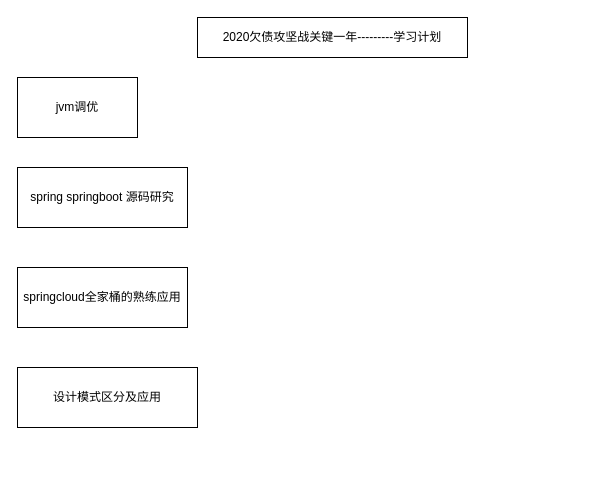
The draw.io diagram 学习计划.drawio in leinuo2016/images, before the edit. Source tidied: cells renumbered, new cells numbered last; positions are measured from the earlier drawing's top-left corner, leaving out a move shared by most shapes. Both pictures are drawn from the tidied source at 100%, with x=0, y=0 at pixel (17, 17).
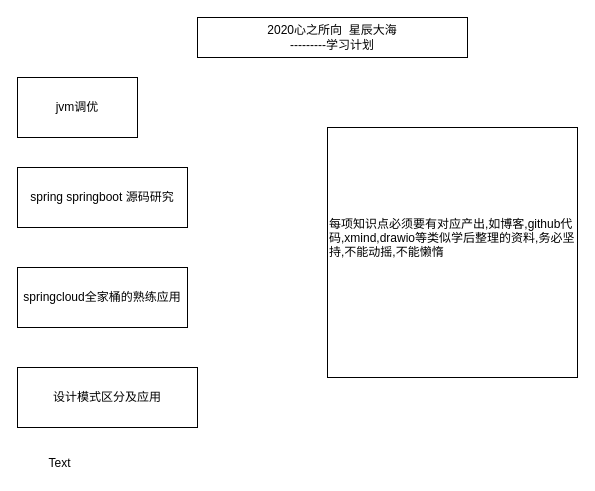
After the change.

Commit message:
更新学习计划.drawio

The edit, as a diff of the source:
```diff
@@
 <mxGraphModel>
   <root>
     <mxCell id="0" />
     <mxCell id="1" parent="0" />
-    <mxCell id="2" value="2020欠债攻坚战关键一年---------学习计划" style="rounded=0;whiteSpace=wrap;html=1;" parent="1" vertex="1">
+    <mxCell id="2" value="2020心之所向&amp;nbsp; 星辰大海&lt;br&gt;---------学习计划" style="rounded=0;whiteSpace=wrap;html=1;" parent="1" vertex="1">
       <mxGeometry x="180" width="270" height="40" as="geometry" />
     </mxCell>
     <mxCell id="3" value="jvm调优" style="rounded=0;whiteSpace=wrap;html=1;" parent="1" vertex="1">
       <mxGeometry y="60" width="120" height="60" as="geometry" />
     </mxCell>
     <mxCell id="4" value="spring springboot 源码研究" style="rounded=0;whiteSpace=wrap;html=1;" parent="1" vertex="1">
       <mxGeometry y="150" width="170" height="60" as="geometry" />
     </mxCell>
     <mxCell id="5" value="springcloud全家桶的熟练应用" style="rounded=0;whiteSpace=wrap;html=1;" parent="1" vertex="1">
       <mxGeometry y="250" width="170" height="60" as="geometry" />
     </mxCell>
     <mxCell id="6" value="设计模式区分及应用" style="rounded=0;whiteSpace=wrap;html=1;" parent="1" vertex="1">
       <mxGeometry y="350" width="180" height="60" as="geometry" />
     </mxCell>
+    <mxCell id="7" value="Text" style="text;html=1;align=center;verticalAlign=middle;" parent="1" vertex="1">
+      <mxGeometry x="22" y="436" width="40" height="20" as="geometry" />
+    </mxCell>
+    <mxCell id="8" value="&lt;div&gt;&lt;span&gt;每项知识点必须要有对应产出,如博客,github代码,xmind,drawio等类似学后整理的资料,&lt;/span&gt;&lt;span&gt;务必坚持,不能动摇,不能懒惰&lt;/span&gt;&lt;/div&gt;&lt;div&gt;&lt;br&gt;&lt;/div&gt;&lt;div style=&quot;text-align: center&quot;&gt;&lt;br&gt;&lt;/div&gt;" style="whiteSpace=wrap;html=1;align=left;" parent="1" vertex="1">
+      <mxGeometry x="310" y="110" width="250" height="250" as="geometry" />
+    </mxCell>
   </root>
 </mxGraphModel>
```
